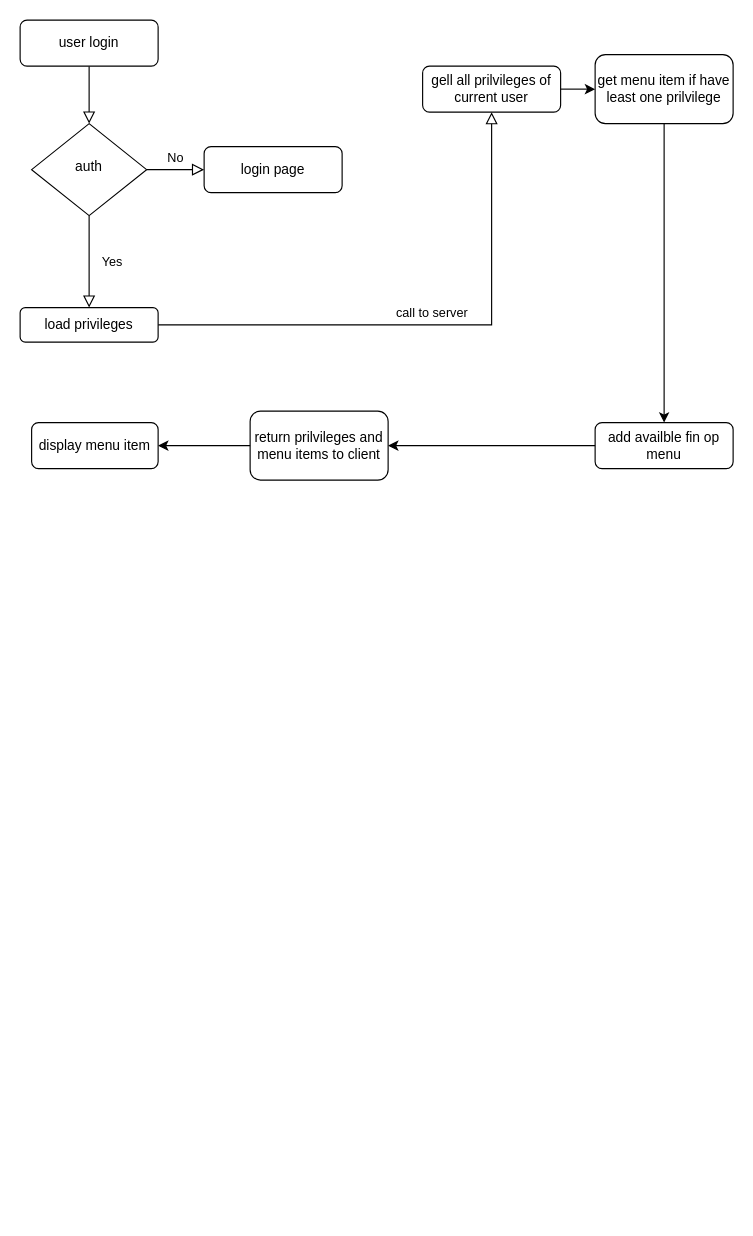
Before: collection/Untitled Diagram.drawio in operationd8979/drawio, a draw.io diagram. Source tidied: cells renumbered, new cells numbered last; positions are measured from the earlier drawing's top-left corner, leaving out a move shared by most shapes. Both pictures are drawn from the tidied source at 115%, with x=0, y=0 at pixel (20, 20).
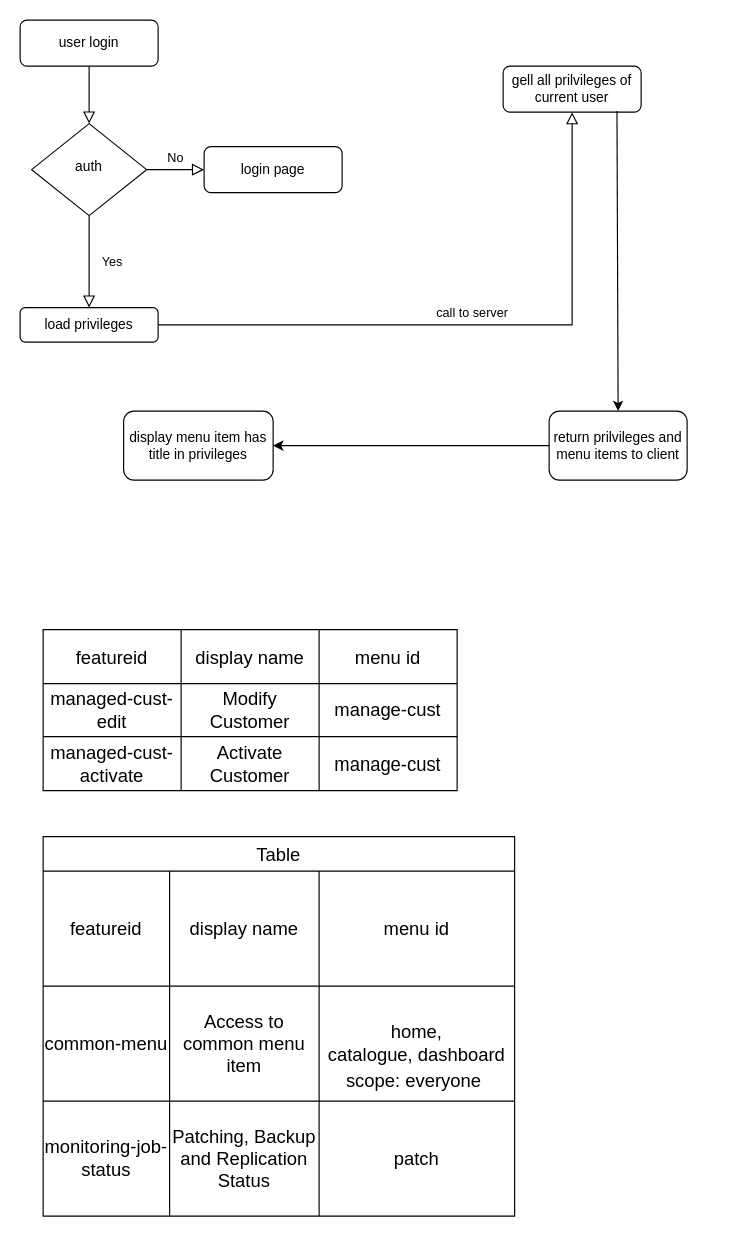
After the change.

The edit, as a diff of the source:
```diff
@@
+    <mxCell id="19" style="shape=table;startSize=0;childLayout=tableLayout;fontSize=16;" parent="1" vertex="1">
+      <mxGeometry x="20" y="530" width="360" height="140" as="geometry" />
+    </mxCell>
+    <mxCell id="20" style="shape=tableRow;horizontal=0;startSize=0;swimlaneHead=0;swimlaneBody=0;strokeColor=inherit;top=0;left=0;bottom=0;right=0;fillColor=none;fontSize=16;" parent="19" vertex="1">
+      <mxGeometry width="360" height="47" as="geometry" />
+    </mxCell>
+    <mxCell id="21" value="featureid" style="shape=partialRectangle;html=1;whiteSpace=wrap;strokeColor=inherit;overflow=hidden;fillColor=none;top=0;left=0;bottom=0;right=0;fontSize=16;" parent="20" vertex="1">
+      <mxGeometry width="120" height="47" as="geometry" />
+    </mxCell>
+    <mxCell id="22" value="display name" style="shape=partialRectangle;html=1;whiteSpace=wrap;strokeColor=inherit;overflow=hidden;fillColor=none;top=0;left=0;bottom=0;right=0;fontSize=16;" parent="20" vertex="1">
+      <mxGeometry x="120" width="120" height="47" as="geometry" />
+    </mxCell>
+    <mxCell id="23" value="menu id" style="shape=partialRectangle;html=1;whiteSpace=wrap;strokeColor=inherit;overflow=hidden;fillColor=none;top=0;left=0;bottom=0;right=0;fontSize=16;" parent="20" vertex="1">
+      <mxGeometry x="240" width="120" height="47" as="geometry" />
+    </mxCell>
+    <mxCell id="24" style="shape=tableRow;horizontal=0;startSize=0;swimlaneHead=0;swimlaneBody=0;strokeColor=inherit;top=0;left=0;bottom=0;right=0;fillColor=none;fontSize=16;" parent="19" vertex="1">
+      <mxGeometry y="47" width="360" height="46" as="geometry" />
+    </mxCell>
+    <mxCell id="25" value="managed-cust-edit" style="shape=partialRectangle;html=1;whiteSpace=wrap;strokeColor=inherit;overflow=hidden;fillColor=none;top=0;left=0;bottom=0;right=0;fontSize=16;" parent="24" vertex="1">
+      <mxGeometry width="120" height="46" as="geometry" />
+    </mxCell>
+    <mxCell id="26" value="Modify Customer" style="shape=partialRectangle;html=1;whiteSpace=wrap;strokeColor=inherit;overflow=hidden;fillColor=none;top=0;left=0;bottom=0;right=0;fontSize=16;" parent="24" vertex="1">
+      <mxGeometry x="120" width="120" height="46" as="geometry" />
+    </mxCell>
+    <mxCell id="27" value="manage-cust" style="shape=partialRectangle;html=1;whiteSpace=wrap;strokeColor=inherit;overflow=hidden;fillColor=none;top=0;left=0;bottom=0;right=0;fontSize=16;" parent="24" vertex="1">
+      <mxGeometry x="240" width="120" height="46" as="geometry" />
+    </mxCell>
+    <mxCell id="28" style="shape=tableRow;horizontal=0;startSize=0;swimlaneHead=0;swimlaneBody=0;strokeColor=inherit;top=0;left=0;bottom=0;right=0;fillColor=none;fontSize=16;" parent="19" vertex="1">
+      <mxGeometry y="93" width="360" height="47" as="geometry" />
+    </mxCell>
+    <mxCell id="29" value="managed-cust-activate" style="shape=partialRectangle;html=1;whiteSpace=wrap;strokeColor=inherit;overflow=hidden;fillColor=none;top=0;left=0;bottom=0;right=0;fontSize=16;" parent="28" vertex="1">
+      <mxGeometry width="120" height="47" as="geometry" />
+    </mxCell>
+    <mxCell id="30" value="Activate Customer" style="shape=partialRectangle;html=1;whiteSpace=wrap;strokeColor=inherit;overflow=hidden;fillColor=none;top=0;left=0;bottom=0;right=0;fontSize=16;" parent="28" vertex="1">
+      <mxGeometry x="120" width="120" height="47" as="geometry" />
+    </mxCell>
+    <mxCell id="31" value="manage-cust" style="shape=partialRectangle;html=1;whiteSpace=wrap;strokeColor=inherit;overflow=hidden;fillColor=none;top=0;left=0;bottom=0;right=0;fontSize=16;" parent="28" vertex="1">
+      <mxGeometry x="240" width="120" height="47" as="geometry" />
+    </mxCell>
@@
     <mxCell id="9" value="gell all prilvileges of current user" style="rounded=1;whiteSpace=wrap;html=1;fontSize=12;glass=0;strokeWidth=1;shadow=0;" parent="1" vertex="1">
-      <mxGeometry x="350" y="40" width="120" height="40" as="geometry" />
+      <mxGeometry x="420" y="40" width="120" height="40" as="geometry" />
     </mxCell>
@@
-    <mxCell id="11" value="get menu item if have least one prilvilege" style="rounded=1;whiteSpace=wrap;html=1;" parent="1" vertex="1">
-      <mxGeometry x="500" y="30" width="120" height="60" as="geometry" />
-    </mxCell>
-    <mxCell id="12" style="endArrow=classic;html=1;rounded=0;exitX=1;exitY=0.5;exitDx=0;exitDy=0;" parent="1" edge="1" source="9" target="11">
-      <mxGeometry relative="1" as="geometry" />
-    </mxCell>
-    <mxCell id="13" value="add availble fin op menu" style="rounded=1;whiteSpace=wrap;html=1;" parent="1" vertex="1">
-      <mxGeometry x="500" y="350" width="120" height="40" as="geometry" />
-    </mxCell>
-    <mxCell id="14" style="endArrow=classic;html=1;rounded=0;exitX=0.5;exitY=1;exitDx=0;exitDy=0;entryX=0.5;entryY=0;entryDx=0;entryDy=0;" parent="1" edge="1" source="11" target="13">
-      <mxGeometry relative="1" as="geometry" />
-    </mxCell>
     <mxCell id="15" value="return prilvileges and menu items to client" style="rounded=1;whiteSpace=wrap;html=1;" parent="1" vertex="1">
-      <mxGeometry x="200" y="340" width="120" height="60" as="geometry" />
+      <mxGeometry x="460" y="340" width="120" height="60" as="geometry" />
     </mxCell>
-    <mxCell id="16" style="endArrow=classic;html=1;rounded=0;exitX=0;exitY=0.5;exitDx=0;exitDy=0;entryX=1;entryY=0.5;entryDx=0;entryDy=0;" parent="1" edge="1" source="13" target="15">
+    <mxCell id="16" style="endArrow=classic;html=1;rounded=0;exitX=0.825;exitY=0.975;exitDx=0;exitDy=0;entryX=0.5;entryY=0;entryDx=0;entryDy=0;exitPerimeter=0;" parent="1" edge="1" source="9" target="15">
       <mxGeometry relative="1" as="geometry" />
     </mxCell>
-    <mxCell id="17" value="display menu item" style="rounded=1;whiteSpace=wrap;html=1;" parent="1" vertex="1">
-      <mxGeometry x="10" y="350" width="110" height="40" as="geometry" />
+    <mxCell id="17" value="display menu item has title in privileges" style="rounded=1;whiteSpace=wrap;html=1;" parent="1" vertex="1">
+      <mxGeometry x="90" y="340" width="130" height="60" as="geometry" />
     </mxCell>
@@
+    <mxCell id="32" value="Table" style="shape=table;startSize=30;childLayout=tableLayout;strokeColor=default;fontSize=16;" parent="1" vertex="1">
+      <mxGeometry x="20" y="710" width="410" height="330" as="geometry" />
+    </mxCell>
+    <mxCell id="33" style="shape=tableRow;horizontal=0;startSize=0;swimlaneHead=0;swimlaneBody=0;strokeColor=inherit;top=0;left=0;bottom=0;right=0;fillColor=none;fontSize=16;" parent="32" vertex="1">
+      <mxGeometry y="30" width="410" height="100" as="geometry" />
+    </mxCell>
+    <mxCell id="34" value="featureid" style="shape=partialRectangle;html=1;whiteSpace=wrap;strokeColor=inherit;overflow=hidden;fillColor=none;top=0;left=0;bottom=0;right=0;fontSize=16;" parent="33" vertex="1">
+      <mxGeometry width="110" height="100" as="geometry" />
+    </mxCell>
+    <mxCell id="35" value="display name" style="shape=partialRectangle;html=1;whiteSpace=wrap;strokeColor=inherit;overflow=hidden;fillColor=none;top=0;left=0;bottom=0;right=0;fontSize=16;" parent="33" vertex="1">
+      <mxGeometry x="110" width="130" height="100" as="geometry" />
+    </mxCell>
+    <mxCell id="36" value="menu id" style="shape=partialRectangle;html=1;whiteSpace=wrap;strokeColor=inherit;overflow=hidden;fillColor=none;top=0;left=0;bottom=0;right=0;fontSize=16;" parent="33" vertex="1">
+      <mxGeometry x="240" width="170" height="100" as="geometry" />
+    </mxCell>
+    <mxCell id="37" style="shape=tableRow;horizontal=0;startSize=0;swimlaneHead=0;swimlaneBody=0;strokeColor=inherit;top=0;left=0;bottom=0;right=0;fillColor=none;fontSize=16;" parent="32" vertex="1">
+      <mxGeometry y="130" width="410" height="100" as="geometry" />
+    </mxCell>
+    <mxCell id="38" value="common-menu" style="shape=partialRectangle;html=1;whiteSpace=wrap;strokeColor=inherit;overflow=hidden;fillColor=none;top=0;left=0;bottom=0;right=0;fontSize=16;" parent="37" vertex="1">
+      <mxGeometry width="110" height="100" as="geometry" />
+    </mxCell>
+    <mxCell id="39" value="Access to common menu item" style="shape=partialRectangle;html=1;whiteSpace=wrap;strokeColor=inherit;overflow=hidden;fillColor=none;top=0;left=0;bottom=0;right=0;fontSize=16;" parent="37" vertex="1">
+      <mxGeometry x="110" width="130" height="100" as="geometry" />
+    </mxCell>
+    <mxCell id="40" value="home, catalogue,&amp;nbsp;dashboard" style="shape=partialRectangle;html=1;whiteSpace=wrap;strokeColor=inherit;overflow=hidden;fillColor=none;top=0;left=0;bottom=0;right=0;fontSize=16;" parent="37" vertex="1">
+      <mxGeometry x="240" width="170" height="100" as="geometry" />
+    </mxCell>
+    <mxCell id="41" style="shape=tableRow;horizontal=0;startSize=0;swimlaneHead=0;swimlaneBody=0;strokeColor=inherit;top=0;left=0;bottom=0;right=0;fillColor=none;fontSize=16;" parent="32" vertex="1">
+      <mxGeometry y="230" width="410" height="100" as="geometry" />
+    </mxCell>
+    <mxCell id="42" value="monitoring-job-status" style="shape=partialRectangle;html=1;whiteSpace=wrap;strokeColor=inherit;overflow=hidden;fillColor=none;top=0;left=0;bottom=0;right=0;fontSize=16;" parent="41" vertex="1">
+      <mxGeometry width="110" height="100" as="geometry" />
+    </mxCell>
+    <mxCell id="43" value="Patching, Backup and Replication Status" style="shape=partialRectangle;html=1;whiteSpace=wrap;strokeColor=inherit;overflow=hidden;fillColor=none;top=0;left=0;bottom=0;right=0;fontSize=16;" parent="41" vertex="1">
+      <mxGeometry x="110" width="130" height="100" as="geometry" />
+    </mxCell>
+    <mxCell id="44" value="patch" style="shape=partialRectangle;html=1;whiteSpace=wrap;strokeColor=inherit;overflow=hidden;fillColor=none;top=0;left=0;bottom=0;right=0;fontSize=16;" parent="41" vertex="1">
+      <mxGeometry x="240" width="170" height="100" as="geometry" />
+    </mxCell>
+    <mxCell id="45" value="&lt;span style=&quot;font-weight: normal;&quot;&gt;&lt;font style=&quot;font-size: 16px;&quot;&gt;scope: everyone&lt;/font&gt;&lt;/span&gt;" style="text;strokeColor=none;fillColor=none;html=1;fontSize=24;fontStyle=1;verticalAlign=middle;align=center;" parent="1" vertex="1">
+      <mxGeometry x="304" y="900" width="76" height="40" as="geometry" />
+    </mxCell>
```
